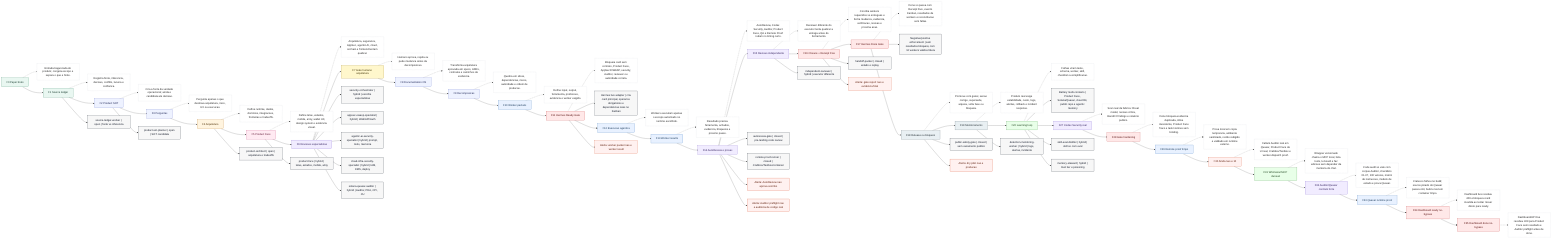
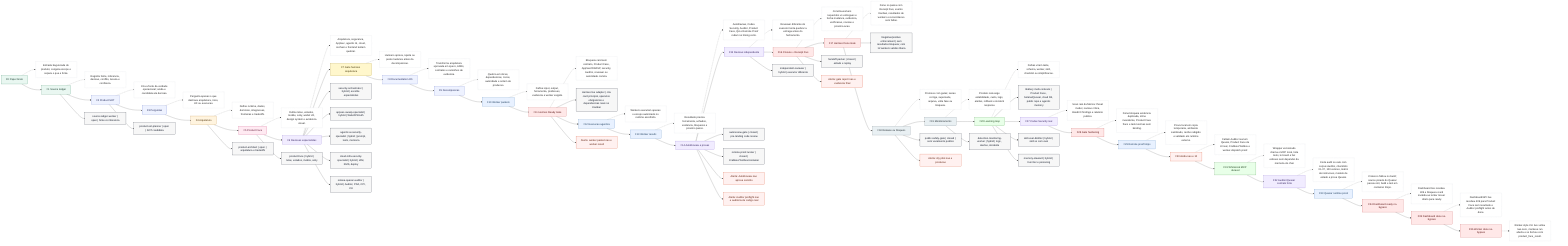
flowchart LR
  F0["F0 Paper bruto"]:::source
  F0D["Entrada baguncada do produto; congela escopo e separa o que e fonte."]:::desc
  F0 -.-> F0D
  F0 --> F1

  F1["F1 Source ledger"]:::source
  F1D["Registra fonte, inferencia, decisao, conflito, lacuna e confianca."]:::desc
  F1 -.-> F1D
  F1 --> F2

  F2["F2 Product SOT"]:::planning
  F2D["Cria a fonte da verdade operacional; ainda e candidata ate decisao."]:::desc
  F2 -.-> F2D
  F2 --> F3

  F3["F3 Perguntas"]:::planning
  F3D["Pergunta apenas o que destrava arquitetura, risco, UX ou execucao."]:::desc
  F3 -.-> F3D
  F3 --> F4

  F4["F4 Arquitetura"]:::architecture
  F4D["Define runtime, dados, dominios, integracoes, fronteiras e tradeoffs."]:::desc
  F4 -.-> F4D
  F4 --> F5

  F5["F5 Product Face"]:::face
  F5D["Define telas, estados, mobile, a11y, wallet UX, design system e evidencia visual."]:::desc
  F5 -.-> F5D
  F5 --> F6

  F6["F6 Revisoes especialistas"]:::review
  F6D["Arquitetura, seguranca, AppSec, agentic AI, cloud, onchain e frontend tentam quebrar."]:::desc
  F6 -.-> F6D
  F6 --> F7

  F7["F7 Gate humano arquitetura"]:::human
  F7D["Humano aprova, rejeita ou pede mudanca antes da decomposicao."]:::desc
  F7 -.-> F7D
  F7 --> F8

  F8["F8 Documentation OS"]:::planning
  F8D["Transforma arquitetura aprovada em specs, ADRs, contratos e caminhos de evidencia."]:::desc
  F8 -.-> F8D
  F8 --> F9

  F9["F9 Decomposicao"]:::planning
  F9D["Quebra em slices, dependencias, riscos, autoridade e ordem de producao."]:::desc
  F9 -.-> F9D
  F9 --> F10

  F10["F10 Worker packets"]:::execution
  F10D["Define input, output, ferramenta, proibicoes, evidencia e worker exigido."]:::desc
  F10 -.-> F10D
  F10 --> F11

  F11["F11 Hermes Ready Gate"]:::gate
  F11D["Bloqueia card sem contrato, Product Face, AppSec/OWASP, security, Auditor, reviewer ou autoridade correta."]:::desc
  F11 -.-> F11D
  F11 --> H1["Hermes live adapter | cria card principal, operarios obrigatorios e dependencias reais no Kanban"]:::worker
  F11 --> F12

  F12["F12 Execucao agentica"]:::execution
  F12D["Workers executam apenas o escopo autorizado no runtime escolhido."]:::desc
  F12 -.-> F12D
  F12 --> F13

  F13["F13 Worker results"]:::execution
  F13D["Resultado precisa ferramenta, achados, evidencia, bloqueios e proximo passo."]:::desc
  F13 -.-> F13D
  F13 --> F14

  F14["F14 AutoReview e provas"]:::review
  F14D["AutoReview, Codex Security, Auditor, Product Face, QA e Remote Proof rodam no timing certo."]:::desc
  F14 -.-> F14D
  F14 --> F15

  F15["F15 Revisao independente"]:::review
  F15D["Reviewer diferente do executor tenta quebrar a entrega antes do fechamento."]:::desc
  F15 -.-> F15D
  F15 --> F16

  F16["F16 Closure + Receipt Five"]:::gate
  F16D["Concilia workers requeridos vs entregues e fecha mudanca, evidencia, verificacao, revisao e proxima acao."]:::desc
  F16 -.-> F16D
  F16 --> F17

  F17["F17 Hermes Done Gate"]:::gate
  F17D["Done so passa com Receipt Five, evento Kanban, resultados de workers e reconciliacao sem faltas."]:::desc
  F17 -.-> F17D
  F17 --> H2["Negative/positive enforcement | sem resultados bloqueia; com 12 workers validos libera"]:::worker
  F17 --> F18

  F18["F18 Release ou bloqueio"]:::release
  F18D["Promove com gates; senao corrige, supersede, arquiva, volta fase ou bloqueia."]:::desc
  F18 -.-> F18D
  F18 --> F19

  F19["F19 Monitoramento"]:::release
  F19D["Produto real exige estabilidade, custo, logs, alertas, rollback e incident response."]:::desc
  F19 -.-> F19D
  F19 --> F20

  F20["F20 Learning loop"]:::learning
  F20D["Falhas viram teste, schema, worker, skill, checklist ou simplificacao."]:::desc
  F20 -.-> F20D
  F20 --> H3["Battery multi-contexto | Product Face, Solana/Quasar, cloud R4, public repo e agentic memory"]:::worker
  F20 --> F27

  F27["F27 Codex Security real"]:::review
  F27D["Scan real da fabrica: threat model, revisao critica, Bandit 0 findings e relatorio publico."]:::desc
  F27 -.-> F27D
  F27 --> F28

  F28["F28 Gate hardening"]:::gate
  F28D["Done bloqueia evidencia duplicada, inline inexistente, Product Face fraco e task Hermes sem binding."]:::desc
  F28 -.-> F28D
  F28 --> F29

  F29["F29 Remote proof limpo"]:::execution
  F29D["Prova local em copia temporaria, ambiente sanitizado, recibo redigido e validado em runtime externo."]:::desc
  F29 -.-> F29D
  F29 --> F30

  F30["F30 Ainda nao e 10"]:::alert
  F30D["Faltam Auditor real em Quasar, Product Face de UI real, Crabbox/Testbox e worker-dispatch proof."]:::desc
  F30 -.-> F30D
  F30 --> F31

  F31["F31 Whimsical MCP duravel"]:::learning
  F31D["Wrapper versionado chama o MCP local, lista tools, le board e faz edicoes sem depender da memoria do chat."]:::desc
  F31 -.-> F31D
  F31 --> F32

  F32["F32 Auditor/Quasar contrato forte"]:::review
  F32D["Code audit so vale com corpus Auditor, checklists 01-07, 100 vetores, matriz de instrucoes, modelo de estado e prova Quasar."]:::desc
  F32 -.-> F32D
  F32 --> F33

  F33["F33 Quasar runtime proof"]:::execution
  F33D["Crates.io falhou no build; source pinado do Quasar passou init, build e test em container limpo."]:::desc
  F33 -.-> F33D
  F33 --> F34

  F34["F34 Dashboard ready no-bypass"]:::gate
  F34D["Dashboard live recebeu 409 e bloqueou card invalida ao tentar mover direto para ready."]:::desc
  F34 -.-> F34D
  F34 --> F35

  F35["F35 Dashboard done no-bypass"]:::gate
  F35D["Dashboard/API live recebeu 409 para Product Face sem resultado e Auditor preflight antes de done."]:::desc
  F35 -.-> F35D
+   F35 --> F36
+ 
+   F36["F36 Worker done no-bypass"]:::gate
+   F36D["Worker-style CLI live voltou nao-zero, manteve run aberta e so fechou com product_face_result."]:::desc
+   F36 -.-> F36D

  F1 --> W1["source-ledger-worker | open | fonte vs inferencia"]:::worker
  F2 --> W2["product-sot-planner | open | SOT candidata"]:::worker
  F4 --> W3["product-architect | open | arquitetura e tradeoffs"]:::worker
  F5 --> W4["product-face | hybrid | telas, estados, mobile, a11y"]:::worker
  F6 --> W5["security-orchestrator | hybrid | escolhe especialistas"]:::worker
  F6 --> W6["appsec-owasp-specialist | hybrid | Web/API/Auth"]:::worker
  F6 --> W7["agentic-ai-security-specialist | hybrid | prompt, tools, memoria"]:::worker
  F6 --> W8["cloud-infra-security-specialist | hybrid | IAM, KMS, deploy"]:::worker
  F6 --> W9["solana-quasar-auditor | hybrid | Auditor, PDA, CPI, CU"]:::worker
  F14 --> W10["autoreview-gate | closed | pre-landing code review"]:::worker
  F14 --> W11["remote-proof-runner | closed | Crabbox/Testbox/container"]:::worker
  F15 --> W12["independent-reviewer | hybrid | executor diferente"]:::worker
  F16 --> W13["handoff-packer | closed | estado e replay"]:::worker
  F18 --> W14["public-safety-gate | closed | sem vazamento publico"]:::worker
  F19 --> W15["detection-monitoring-worker | hybrid | logs, alertas, incidente"]:::worker
  F20 --> W16["skill-eval-distiller | hybrid | skill so com eval"]:::worker
  F20 --> W17["memory-steward | hybrid | trust tier e poisoning"]:::worker

  F11 --> A1["Alerta: worker packet nao e worker result"]:::alert
  F16 --> A2["Alerta: gate report nao e evidencia final"]:::alert
  F14 --> A3["Alerta: AutoReview nao aprova sozinho"]:::alert
  F14 --> A4["Alerta: Auditor preflight nao e auditoria de codigo real"]:::alert
  F18 --> A5["Alerta: dry pilot nao e producao"]:::alert

  classDef source fill:#e9f7f1,stroke:#217a54,color:#12372a;
  classDef planning fill:#eef2ff,stroke:#4f63c6,color:#1c2455;
  classDef architecture fill:#fff4df,stroke:#b36b00,color:#4a2d00;
  classDef face fill:#ffeaf2,stroke:#c23b72,color:#5f1735;
  classDef review fill:#f1ecff,stroke:#7656c9,color:#33215f;
  classDef human fill:#fff7cc,stroke:#9b7a00,color:#3d3000;
  classDef execution fill:#e8f1ff,stroke:#2e6db5,color:#173858;
  classDef gate fill:#ffe8e8,stroke:#bf3434,color:#5a1111;
  classDef release fill:#e9f0f3,stroke:#51626b,color:#202b30;
  classDef learning fill:#e8ffe8,stroke:#3b8b3b,color:#173d17;
  classDef desc fill:#ffffff,stroke:#aab3bd,color:#222222,stroke-dasharray: 3 3;
  classDef worker fill:#f7f7f7,stroke:#111827,color:#111827;
  classDef alert fill:#fff1f0,stroke:#d4380d,color:#5c1a08;
